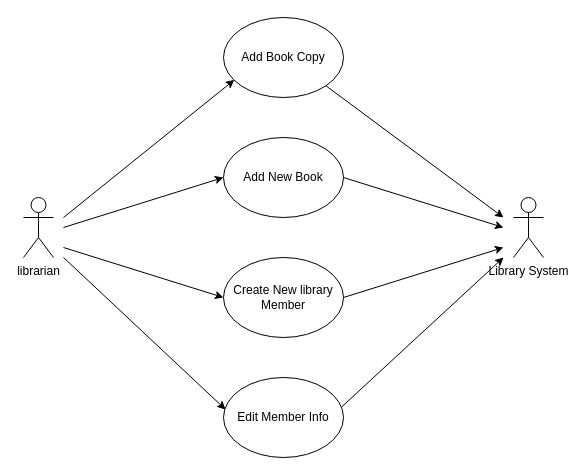
Before: librarian Use Case.drawio in megaunknown/UML, a draw.io diagram. Source tidied: cells renumbered, new cells numbered last; positions are measured from the earlier drawing's top-left corner, leaving out a move shared by most shapes. Both pictures are drawn from the tidied source at 100%, with x=0, y=0 at pixel (23, 17).
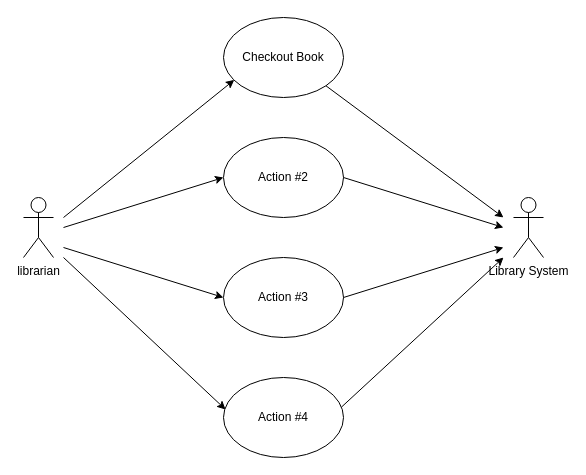
After the change.

Diff of the diagram source:
```diff
@@
-    <mxCell id="3" value="Add Book Copy" style="ellipse;whiteSpace=wrap;html=1;" parent="1" vertex="1">
+    <mxCell id="3" value="Checkout Book" style="ellipse;whiteSpace=wrap;html=1;" parent="1" vertex="1">
       <mxGeometry x="200" width="120" height="80" as="geometry" />
     </mxCell>
-    <mxCell id="4" value="Add New Book" style="ellipse;whiteSpace=wrap;html=1;" parent="1" vertex="1">
+    <mxCell id="4" value="Action #2" style="ellipse;whiteSpace=wrap;html=1;" parent="1" vertex="1">
       <mxGeometry x="200" y="120" width="120" height="80" as="geometry" />
     </mxCell>
-    <mxCell id="5" value="Create New library Member" style="ellipse;whiteSpace=wrap;html=1;" parent="1" vertex="1">
+    <mxCell id="5" value="Action #3" style="ellipse;whiteSpace=wrap;html=1;" parent="1" vertex="1">
       <mxGeometry x="200" y="240" width="120" height="80" as="geometry" />
     </mxCell>
-    <mxCell id="6" value="Edit Member Info" style="ellipse;whiteSpace=wrap;html=1;" parent="1" vertex="1">
+    <mxCell id="6" value="Action #4" style="ellipse;whiteSpace=wrap;html=1;" parent="1" vertex="1">
       <mxGeometry x="200" y="360" width="120" height="80" as="geometry" />
     </mxCell>
```
